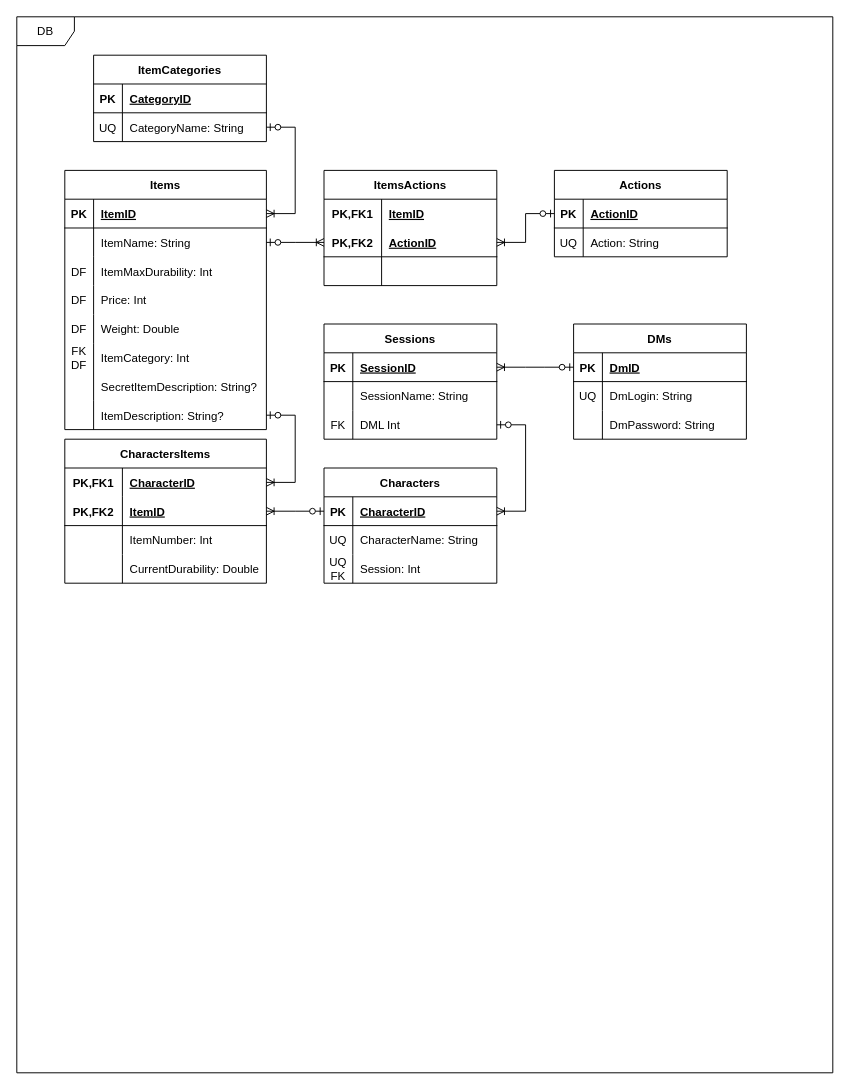
Before: Schemes/DBScheme.drawio in michaelenoroexe/DndItemManagement, a draw.io diagram. Source tidied: cells renumbered, new cells numbered last; positions are measured from the earlier drawing's top-left corner, leaving out a move shared by most shapes. Both pictures are drawn from the tidied source at 96%, with x=0, y=0 at pixel (16, 16).
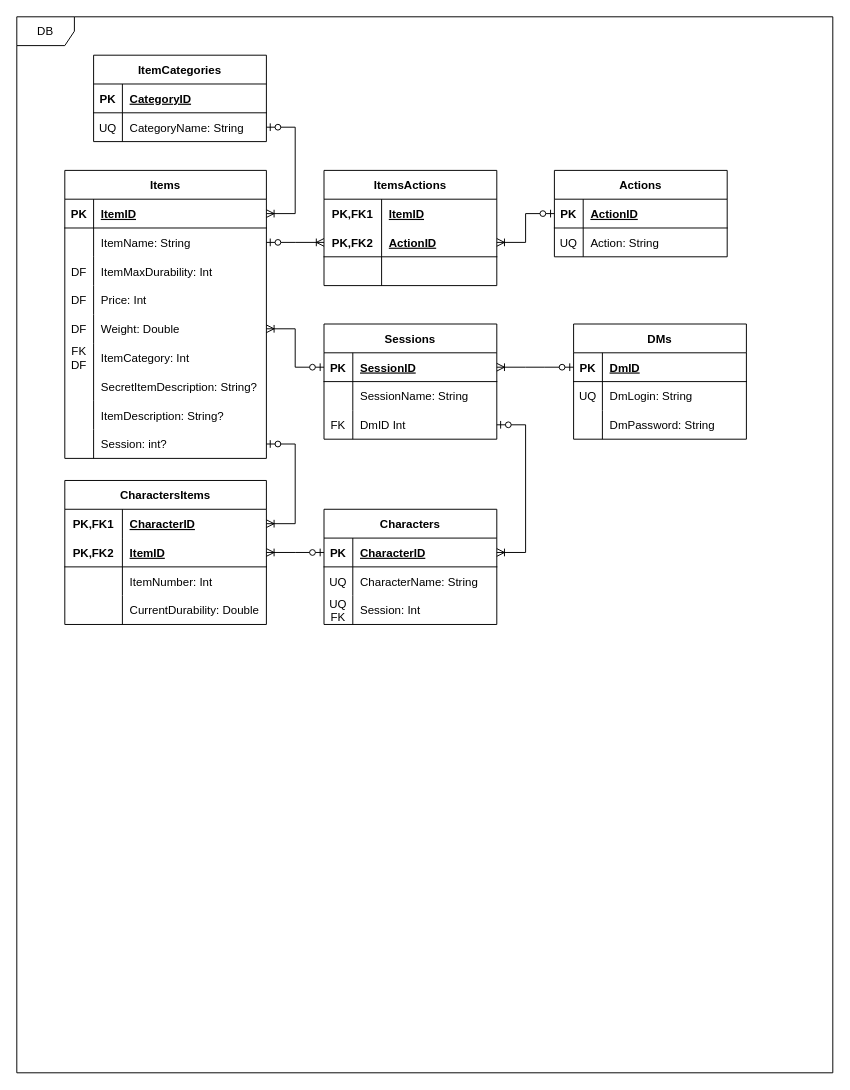
Above is the later version.

The change refers to these unchanged cells:
```xml
<mxCell id="23" style="shape=tableRow;horizontal=0;startSize=0;swimlaneHead=0;swimlaneBody=0;fillColor=none;points=[[0,0.5],[1,0.5]];portConstraint=eastwest;top=0;left=0;right=0;bottom=0;" parent="10" vertex="1">
  <mxGeometry y="150" width="210" height="30" as="geometry" />
</mxCell>
<mxCell id="32" style="shape=tableRow;horizontal=0;startSize=0;swimlaneHead=0;swimlaneBody=0;fillColor=none;points=[[0,0.5],[1,0.5]];portConstraint=eastwest;top=0;left=0;right=0;bottom=0;" parent="10" vertex="1">
  <mxGeometry y="240" width="210" height="30" as="geometry" />
</mxCell>
<mxCell id="63" style="shape=tableRow;horizontal=0;startSize=0;swimlaneHead=0;swimlaneBody=0;fillColor=none;points=[[0,0.5],[1,0.5]];portConstraint=eastwest;top=0;left=0;right=0;bottom=1;" parent="62" vertex="1">
  <mxGeometry y="30" width="180" height="30" as="geometry" />
</mxCell>
<mxCell id="69" style="shape=tableRow;horizontal=0;startSize=0;swimlaneHead=0;swimlaneBody=0;fillColor=none;points=[[0,0.5],[1,0.5]];portConstraint=eastwest;top=0;left=0;right=0;bottom=0;" parent="62" vertex="1">
  <mxGeometry y="90" width="180" height="30" as="geometry" />
</mxCell>
<mxCell id="73" style="shape=tableRow;horizontal=0;startSize=0;swimlaneHead=0;swimlaneBody=0;fillColor=none;points=[[0,0.5],[1,0.5]];portConstraint=eastwest;top=0;left=0;right=0;bottom=1;" parent="72" vertex="1">
  <mxGeometry y="30" width="180" height="30" as="geometry" />
</mxCell>
<mxCell id="83" style="shape=tableRow;horizontal=0;startSize=0;swimlaneHead=0;swimlaneBody=0;fillColor=none;points=[[0,0.5],[1,0.5]];portConstraint=eastwest;top=0;left=0;right=0;bottom=0;" parent="82" vertex="1">
  <mxGeometry y="30" width="210" height="30" as="geometry" />
</mxCell>
```

Diff of the diagram source:
```diff
@@
     <mxCell id="10" value="Items" style="shape=table;startSize=30;childLayout=tableLayout;rowLines=0;fontStyle=1;align=center;" parent="1" vertex="1">
-      <mxGeometry x="50" y="160" width="210" height="270" as="geometry" />
+      <mxGeometry x="50" y="160" width="210" height="300" as="geometry" />
     </mxCell>
@@
+    <mxCell id="102" style="shape=tableRow;horizontal=0;startSize=0;swimlaneHead=0;swimlaneBody=0;fillColor=none;points=[[0,0.5],[1,0.5]];portConstraint=eastwest;top=0;left=0;right=0;bottom=0;" parent="10" vertex="1">
+      <mxGeometry y="270" width="210" height="30" as="geometry" />
+    </mxCell>
+    <mxCell id="103" style="shape=partialRectangle;fillColor=none;top=0;left=0;bottom=0;right=0;overflow=hidden;" parent="102" vertex="1">
+      <mxGeometry width="30" height="30" as="geometry" />
+    </mxCell>
+    <mxCell id="104" value="Session: int?" style="shape=partialRectangle;fillColor=none;top=0;left=0;bottom=0;right=0;align=left;spacingLeft=6;overflow=hidden;" parent="102" vertex="1">
+      <mxGeometry x="30" width="180" height="30" as="geometry" />
+    </mxCell>
@@
-    <mxCell id="71" value="DML Int" style="shape=partialRectangle;fillColor=none;top=0;left=0;bottom=0;right=0;align=left;spacingLeft=6;overflow=hidden;" parent="69" vertex="1">
+    <mxCell id="71" value="DmID Int" style="shape=partialRectangle;fillColor=none;top=0;left=0;bottom=0;right=0;align=left;spacingLeft=6;overflow=hidden;" parent="69" vertex="1">
       <mxGeometry x="30" width="150" height="30" as="geometry" />
     </mxCell>
     <mxCell id="72" value="Characters" style="shape=table;startSize=30;childLayout=tableLayout;rowLines=0;fontStyle=1;align=center;" parent="1" vertex="1">
-      <mxGeometry x="320" y="470" width="180" height="120" as="geometry" />
+      <mxGeometry x="320" y="513" width="180" height="120" as="geometry" />
     </mxCell>
@@
     <mxCell id="82" value="CharactersItems" style="shape=table;startSize=30;childLayout=tableLayout;rowLines=0;fontStyle=1;align=center;" parent="1" vertex="1">
-      <mxGeometry x="50" y="440" width="210" height="150" as="geometry" />
+      <mxGeometry x="50" y="483" width="210" height="150" as="geometry" />
     </mxCell>
@@
-    <mxCell id="96" style="edgeStyle=entityRelationEdgeStyle;fontSize=12;html=1;endArrow=ERoneToMany;startArrow=ERzeroToOne;rounded=0;exitX=1;exitY=0.5;exitDx=0;exitDy=0;entryX=1;entryY=0.5;entryDx=0;entryDy=0;" parent="1" edge="1" source="69" target="73">
+    <mxCell id="96" style="edgeStyle=entityRelationEdgeStyle;fontSize=12;html=1;endArrow=ERoneToMany;startArrow=ERzeroToOne;rounded=0;entryX=1;entryY=0.5;entryDx=0;entryDy=0;" parent="1" edge="1" source="69" target="73">
       <mxGeometry relative="1" as="geometry" />
     </mxCell>
@@
-    <mxCell id="98" style="edgeStyle=entityRelationEdgeStyle;fontSize=12;html=1;endArrow=ERoneToMany;startArrow=ERzeroToOne;rounded=0;exitX=1;exitY=0.5;exitDx=0;exitDy=0;entryX=1;entryY=0.5;entryDx=0;entryDy=0;" parent="1" edge="1" source="32" target="83">
-      <mxGeometry relative="1" as="geometry" />
+    <mxCell id="98" style="edgeStyle=entityRelationEdgeStyle;fontSize=12;html=1;endArrow=ERoneToMany;startArrow=ERzeroToOne;rounded=0;" parent="1" edge="1" source="102" target="83">
+      <mxGeometry x="0.06" y="-56" relative="1" as="geometry" />
     </mxCell>
@@
+    <mxCell id="105" style="edgeStyle=entityRelationEdgeStyle;fontSize=12;html=1;endArrow=ERoneToMany;startArrow=ERzeroToOne;rounded=0;" parent="1" edge="1" source="63" target="23">
+      <mxGeometry relative="1" as="geometry" />
+    </mxCell>
```
